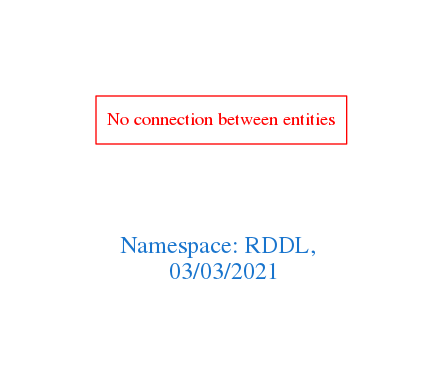
Before: downloads/RDDL.png, a diagram exported from Graphviz (arago/OGIT). Its source is kept beside it as downloads/RDDL.dot.
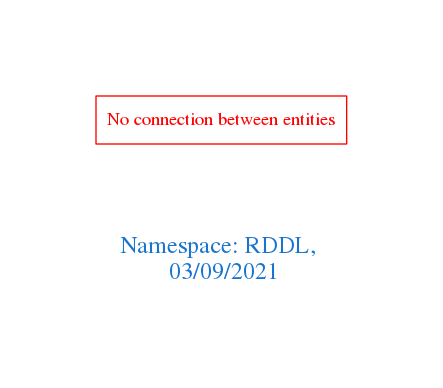
After the change.

Diff of the diagram source:
```diff
@@ -1,7 +1,7 @@
 digraph OGIT_ontology {
  graph [ rankdir= LR,pad=1
 fontsize = 18,
-fontcolor= dodgerblue3,label = "\n\n\nNamespace: RDDL, \n 03/03/2021"];
+fontcolor= dodgerblue3,label = "\n\n\nNamespace: RDDL, \n 03/09/2021"];
 node[shape=polygon];
 edge [  color="gray81"];
 
```
